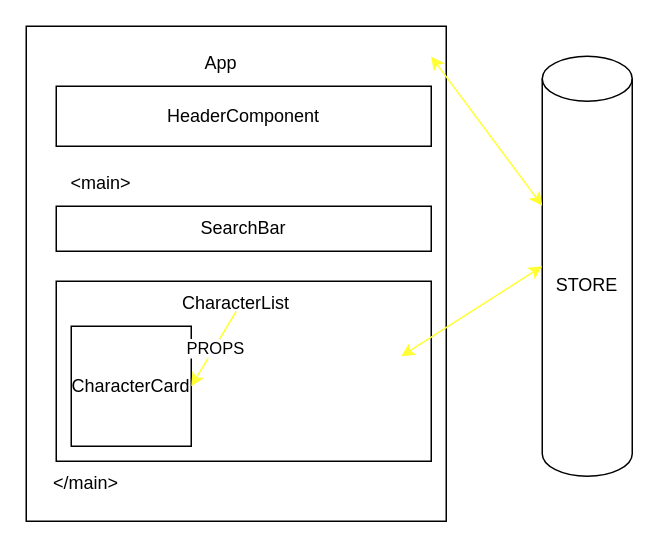
Above: struttura.drawio in classe-92/rickmorty (draw.io), before the change. Source tidied: cells renumbered, new cells numbered last; positions are measured from the earlier drawing's top-left corner, leaving out a move shared by most shapes. Both pictures are drawn from the tidied source at 150%, with x=0, y=0 at pixel (26, 26).
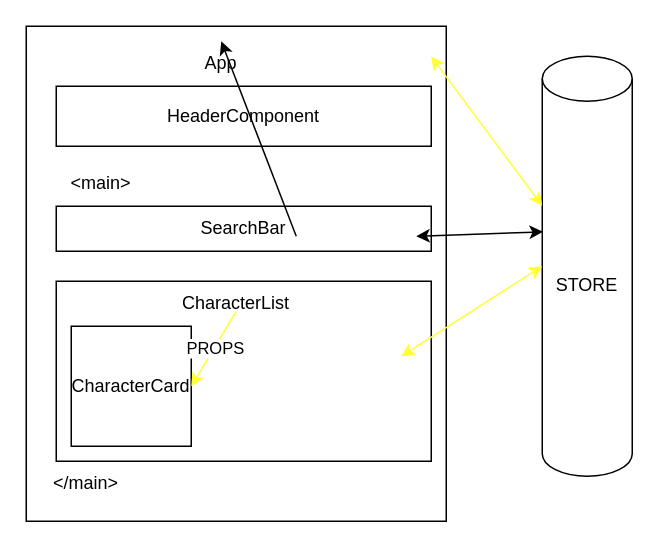
The same page after the edit.

Diff of the diagram source:
```diff
@@
 <mxGraphModel>
   <root>
     <mxCell id="0" />
     <mxCell id="1" parent="0" />
     <mxCell id="2" style="rounded=0;whiteSpace=wrap;html=1;" parent="1" vertex="1">
       <mxGeometry width="280" height="330" as="geometry" />
     </mxCell>
     <mxCell id="3" value="App" style="text;html=1;strokeColor=none;fillColor=none;align=center;verticalAlign=middle;whiteSpace=wrap;rounded=0;" parent="1" vertex="1">
       <mxGeometry x="100" y="10" width="60" height="30" as="geometry" />
     </mxCell>
     <mxCell id="4" value="HeaderComponent" style="rounded=0;whiteSpace=wrap;html=1;" parent="1" vertex="1">
       <mxGeometry x="20" y="40" width="250" height="40" as="geometry" />
     </mxCell>
     <mxCell id="5" value="&amp;lt;main&amp;gt;" style="text;html=1;strokeColor=none;fillColor=none;align=center;verticalAlign=middle;whiteSpace=wrap;rounded=0;" parent="1" vertex="1">
       <mxGeometry x="20" y="90" width="60" height="30" as="geometry" />
     </mxCell>
     <mxCell id="6" value="&amp;lt;/main&amp;gt;" style="text;html=1;strokeColor=none;fillColor=none;align=center;verticalAlign=middle;whiteSpace=wrap;rounded=0;" parent="1" vertex="1">
       <mxGeometry x="10" y="290" width="60" height="30" as="geometry" />
     </mxCell>
     <mxCell id="7" value="SearchBar" style="rounded=0;whiteSpace=wrap;html=1;" parent="1" vertex="1">
       <mxGeometry x="20" y="120" width="250" height="30" as="geometry" />
     </mxCell>
     <mxCell id="8" style="rounded=0;whiteSpace=wrap;html=1;" parent="1" vertex="1">
       <mxGeometry x="20" y="170" width="250" height="120" as="geometry" />
     </mxCell>
     <mxCell id="9" value="CharacterList" style="text;html=1;strokeColor=none;fillColor=none;align=center;verticalAlign=middle;whiteSpace=wrap;rounded=0;" parent="1" vertex="1">
       <mxGeometry x="90" y="170" width="100" height="30" as="geometry" />
     </mxCell>
     <mxCell id="10" value="CharacterCard" style="whiteSpace=wrap;html=1;" parent="1" vertex="1">
       <mxGeometry x="30" y="200" width="80" height="80" as="geometry" />
     </mxCell>
     <mxCell id="11" value="STORE" style="shape=cylinder3;whiteSpace=wrap;html=1;boundedLbl=1;backgroundOutline=1;size=15;" parent="1" vertex="1">
       <mxGeometry x="344" y="20" width="60" height="280" as="geometry" />
     </mxCell>
     <mxCell id="12" style="endArrow=classic;html=1;strokeColor=#FFFF33;entryX=1;entryY=0.5;entryDx=0;entryDy=0;" parent="1" edge="1" target="10">
       <mxGeometry relative="1" as="geometry">
         <mxPoint x="140" y="190" as="sourcePoint" />
       </mxGeometry>
     </mxCell>
     <mxCell id="13" value="PROPS" style="edgeLabel;html=1;align=center;verticalAlign=middle;" parent="12" vertex="1">
       <mxGeometry relative="1" as="geometry" />
     </mxCell>
     <mxCell id="14" style="endArrow=classic;startArrow=classic;html=1;strokeColor=#FFFF33;exitX=0.964;exitY=0.061;exitDx=0;exitDy=0;exitPerimeter=0;" parent="1" edge="1" source="2" target="11">
       <mxGeometry relative="1" as="geometry" />
     </mxCell>
     <mxCell id="15" style="endArrow=classic;startArrow=classic;html=1;strokeColor=#FFFF33;exitX=0.92;exitY=0.417;exitDx=0;exitDy=0;exitPerimeter=0;entryX=0;entryY=0.5;entryDx=0;entryDy=0;entryPerimeter=0;" parent="1" edge="1" source="8" target="11">
       <mxGeometry relative="1" as="geometry" />
     </mxCell>
+    <mxCell id="16" style="endArrow=classic;startArrow=classic;html=1;entryX=0.008;entryY=0.418;entryDx=0;entryDy=0;entryPerimeter=0;" parent="1" edge="1" target="11">
+      <mxGeometry relative="1" as="geometry">
+        <mxPoint x="260" y="140" as="sourcePoint" />
+      </mxGeometry>
+    </mxCell>
+    <mxCell id="17" style="endArrow=classic;html=1;entryX=0.5;entryY=0;entryDx=0;entryDy=0;" parent="1" edge="1" target="3">
+      <mxGeometry relative="1" as="geometry">
+        <mxPoint x="180" y="140" as="sourcePoint" />
+      </mxGeometry>
+    </mxCell>
   </root>
 </mxGraphModel>
```
